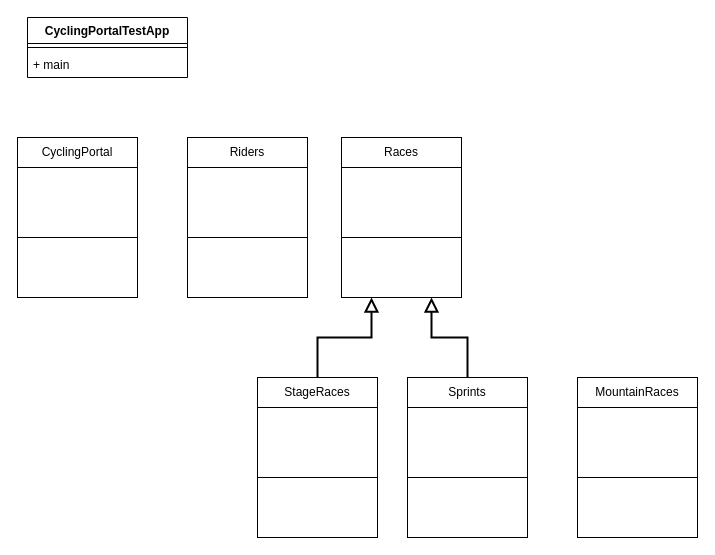
The draw.io diagram OOPCyclingUML.drawio in Negativity7477/Bike-Racing, before the edit. Source tidied: cells renumbered, new cells numbered last; positions are measured from the earlier drawing's top-left corner, leaving out a move shared by most shapes. Both pictures are drawn from the tidied source at 100%, with x=0, y=0 at pixel (17, 17).
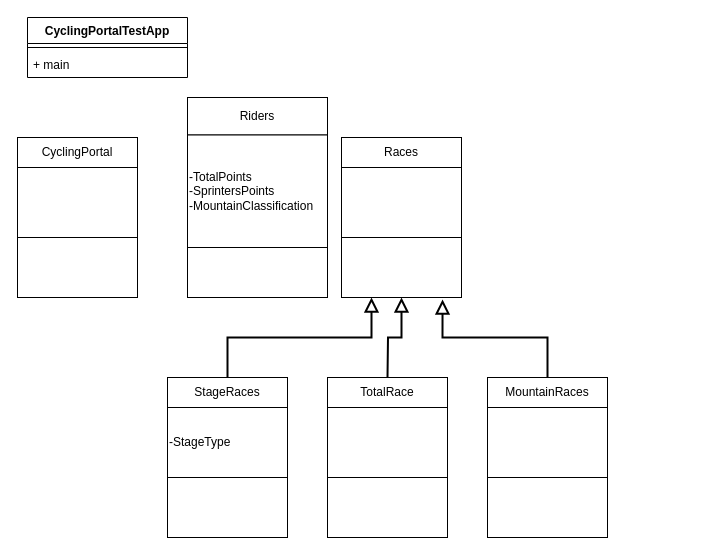
Above is the later version.

Unchanged cells that the change refers to:
```xml
<mxCell id="13" style="group;" parent="1" vertex="1">
  <mxGeometry x="324" y="120" width="120" height="160" as="geometry" />
</mxCell>
<mxCell id="16" style="rounded=0;whiteSpace=wrap;html=1;" parent="13" vertex="1">
  <mxGeometry y="100" width="120" height="60" as="geometry" />
</mxCell>
<mxCell id="26" value="MountainRaces" style="rounded=0;whiteSpace=wrap;html=1;" parent="25" vertex="1">
  <mxGeometry width="120" height="30" as="geometry" />
</mxCell>
```

The edit, as a diff of the source:
```diff
@@
     <mxCell id="9" style="group;" parent="1" vertex="1">
-      <mxGeometry x="170" y="120" width="120" height="160" as="geometry" />
+      <mxGeometry x="170" y="80" width="140" height="200" as="geometry" />
     </mxCell>
     <mxCell id="10" value="Riders" style="rounded=0;whiteSpace=wrap;html=1;" parent="9" vertex="1">
-      <mxGeometry width="120" height="30" as="geometry" />
+      <mxGeometry width="140" height="37.5" as="geometry" />
     </mxCell>
-    <mxCell id="11" style="rounded=0;whiteSpace=wrap;html=1;" parent="9" vertex="1">
-      <mxGeometry y="30" width="120" height="70" as="geometry" />
+    <mxCell id="11" value="&lt;div align=&quot;left&quot;&gt;-TotalPoints&lt;/div&gt;&lt;div&gt;-SprintersPoints&lt;/div&gt;&lt;div&gt;-MountainClassification&lt;br&gt;&lt;/div&gt;" style="rounded=0;whiteSpace=wrap;html=1;align=left;" parent="9" vertex="1">
+      <mxGeometry y="37.5" width="140" height="112.5" as="geometry" />
     </mxCell>
     <mxCell id="12" style="rounded=0;whiteSpace=wrap;html=1;" parent="9" vertex="1">
-      <mxGeometry y="100" width="120" height="60" as="geometry" />
+      <mxGeometry y="150" width="140" height="50" as="geometry" />
     </mxCell>
@@
-    <mxCell id="15" style="rounded=0;whiteSpace=wrap;html=1;" parent="13" vertex="1">
+    <mxCell id="15" style="rounded=0;whiteSpace=wrap;html=1;align=left;" parent="13" vertex="1">
       <mxGeometry y="30" width="120" height="70" as="geometry" />
     </mxCell>
@@
     <mxCell id="17" style="group;" parent="1" vertex="1">
-      <mxGeometry x="240" y="360" width="120" height="160" as="geometry" />
+      <mxGeometry x="150" y="360" width="120" height="160" as="geometry" />
     </mxCell>
@@
-    <mxCell id="19" style="rounded=0;whiteSpace=wrap;html=1;" parent="17" vertex="1">
+    <mxCell id="19" value="&lt;div&gt;-StageType&lt;/div&gt;" style="rounded=0;whiteSpace=wrap;html=1;align=left;" parent="17" vertex="1">
       <mxGeometry y="30" width="120" height="70" as="geometry" />
     </mxCell>
@@
-    <mxCell id="21" style="group;" parent="1" vertex="1">
-      <mxGeometry x="390" y="360" width="120" height="160" as="geometry" />
-    </mxCell>
-    <mxCell id="22" value="Sprints" style="rounded=0;whiteSpace=wrap;html=1;" parent="21" vertex="1">
-      <mxGeometry width="120" height="30" as="geometry" />
-    </mxCell>
-    <mxCell id="23" style="rounded=0;whiteSpace=wrap;html=1;" parent="21" vertex="1">
-      <mxGeometry y="30" width="120" height="70" as="geometry" />
-    </mxCell>
-    <mxCell id="24" style="rounded=0;whiteSpace=wrap;html=1;" parent="21" vertex="1">
-      <mxGeometry y="100" width="120" height="60" as="geometry" />
-    </mxCell>
     <mxCell id="25" style="group;" parent="1" vertex="1">
-      <mxGeometry x="560" y="360" width="120" height="160" as="geometry" />
+      <mxGeometry x="470" y="360" width="120" height="160" as="geometry" />
     </mxCell>
@@
-    <mxCell id="30" style="edgeStyle=orthogonalEdgeStyle;rounded=0;jettySize=auto;html=1;exitX=0.5;exitY=0;exitDx=0;exitDy=0;entryX=0.75;entryY=1;entryDx=0;entryDy=0;strokeColor=default;strokeWidth=2;align=center;verticalAlign=middle;fontFamily=Helvetica;fontSize=11;fontColor=default;labelBackgroundColor=default;startSize=10;endArrow=block;endFill=0;endSize=10;" parent="1" edge="1" source="22" target="16">
-      <mxGeometry relative="1" as="geometry" />
-    </mxCell>
+    <mxCell id="31" style="endArrow=block;html=1;rounded=0;exitX=0.5;exitY=0;exitDx=0;exitDy=0;endFill=0;strokeWidth=2;endSize=10;startSize=10;edgeStyle=orthogonalEdgeStyle;entryX=0.842;entryY=1.033;entryDx=0;entryDy=0;entryPerimeter=0;" parent="1" edge="1" source="26" target="16">
+      <mxGeometry relative="1" as="geometry" />
+    </mxCell>
+    <mxCell id="32" style="group;" parent="1" vertex="1">
+      <mxGeometry x="310" y="360" width="120" height="160" as="geometry" />
+    </mxCell>
+    <mxCell id="33" value="TotalRace" style="rounded=0;whiteSpace=wrap;html=1;" parent="32" vertex="1">
+      <mxGeometry width="120" height="30" as="geometry" />
+    </mxCell>
+    <mxCell id="23" style="rounded=0;whiteSpace=wrap;html=1;" parent="32" vertex="1">
+      <mxGeometry y="30" width="120" height="70" as="geometry" />
+    </mxCell>
+    <mxCell id="24" style="rounded=0;whiteSpace=wrap;html=1;" parent="32" vertex="1">
+      <mxGeometry y="100" width="120" height="60" as="geometry" />
+    </mxCell>
+    <mxCell id="34" style="endArrow=block;html=1;rounded=0;endFill=0;strokeWidth=2;endSize=10;startSize=10;edgeStyle=orthogonalEdgeStyle;entryX=0.5;entryY=1;entryDx=0;entryDy=0;" parent="1" edge="1" target="16">
+      <mxGeometry relative="1" as="geometry">
+        <mxPoint x="370" y="360" as="sourcePoint" />
+      </mxGeometry>
+    </mxCell>
```
